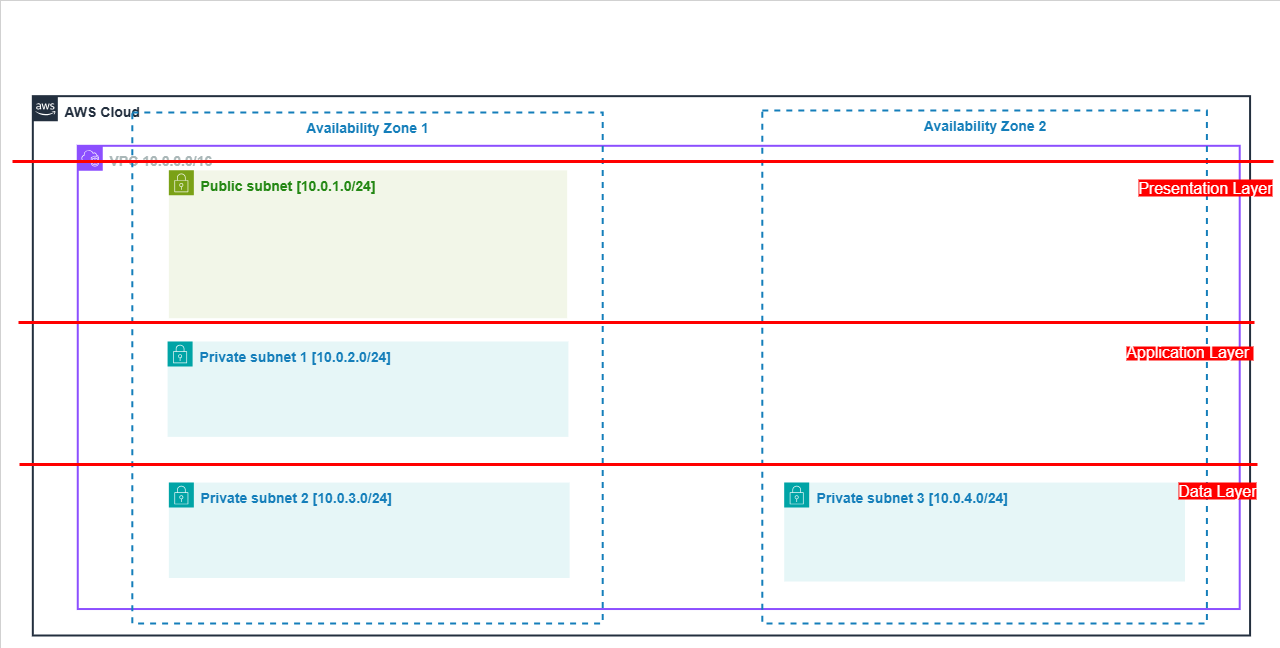
This is public/draw.io.vpc-subnet-base.png from dickson-ank/tier3topology_aws, a draw.io export, as it was before one commit. Source tidied: cells renumbered, new cells last; positions are measured from the earlier drawing's top-left corner, leaving out a move shared by most shapes.
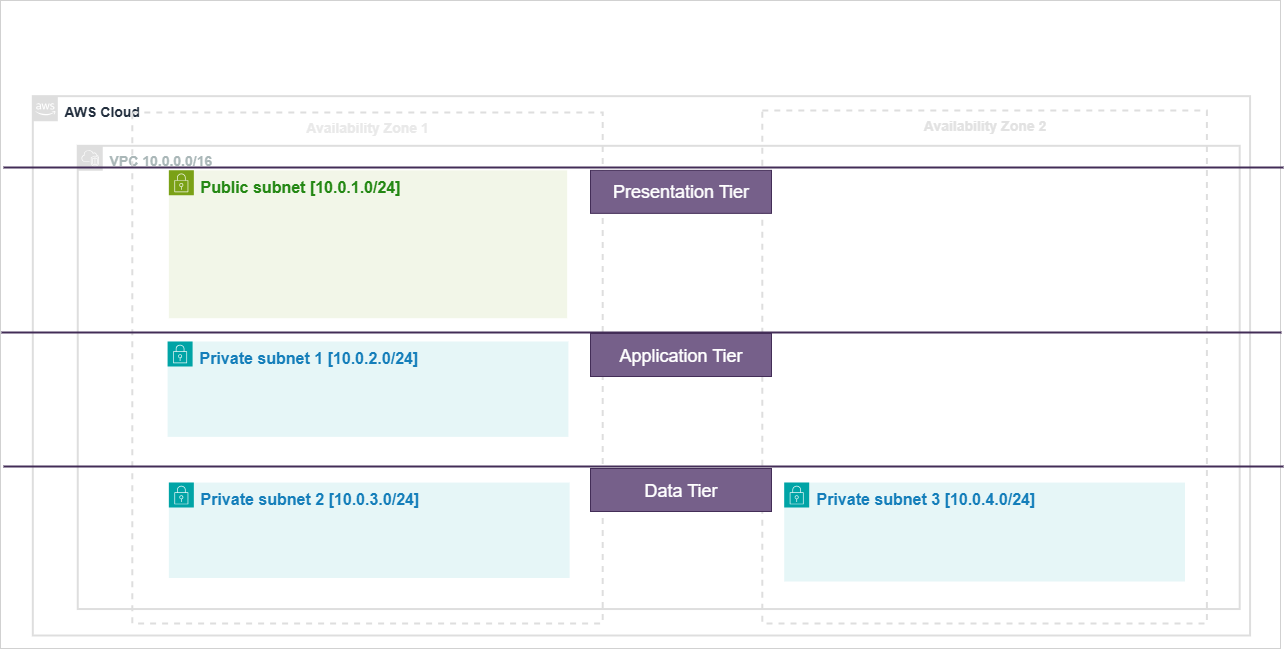
After the change.

Change to the diagram source:
```diff
@@ -5,38 +5,47 @@
     <mxCell id="2" style="rounded=0;whiteSpace=wrap;html=1;strokeWidth=0;" parent="1" vertex="1">
       <mxGeometry width="1280" height="648" as="geometry" />
     </mxCell>
-    <mxCell id="3" value="AWS Cloud" style="gradientColor=none;html=1;whiteSpace=wrap;fontSize=14;fontStyle=1;shape=mxgraph.aws4.group;grIcon=mxgraph.aws4.group_aws_cloud_alt;strokeColor=#232F3E;fillColor=none;verticalAlign=top;align=left;spacingLeft=30;fontColor=#232F3E;dashed=0;rounded=0;strokeWidth=2;" parent="1" vertex="1">
+    <mxCell id="3" value="AWS Cloud" style="gradientColor=none;html=1;whiteSpace=wrap;fontSize=14;fontStyle=1;shape=mxgraph.aws4.group;grIcon=mxgraph.aws4.group_aws_cloud_alt;strokeColor=#DEDEDE;fillColor=none;verticalAlign=top;align=left;spacingLeft=30;fontColor=#232F3E;dashed=0;rounded=0;strokeWidth=2;" parent="1" vertex="1">
       <mxGeometry x="32.3" y="95.7" width="1217.2" height="539.3" as="geometry" />
     </mxCell>
-    <mxCell id="4" value="VPC 10.0.0.0/16" style="gradientColor=none;html=1;whiteSpace=wrap;fontSize=14;fontStyle=1;shape=mxgraph.aws4.group;grIcon=mxgraph.aws4.group_vpc2;strokeColor=#8C4FFF;fillColor=none;verticalAlign=top;align=left;spacingLeft=30;fontColor=light-dark(#AAB7B8, #b17dff);dashed=0;rounded=0;strokeWidth=2;" parent="1" vertex="1">
+    <mxCell id="4" value="VPC 10.0.0.0/16" style="gradientColor=none;html=1;whiteSpace=wrap;fontSize=14;fontStyle=1;shape=mxgraph.aws4.group;grIcon=mxgraph.aws4.group_vpc2;strokeColor=#DEDEDE;fillColor=none;verticalAlign=top;align=left;spacingLeft=30;fontColor=light-dark(#AAB7B8, #b17dff);dashed=0;rounded=0;strokeWidth=2;" parent="1" vertex="1">
       <mxGeometry x="77.3" y="145.3" width="1162" height="463.2" as="geometry" />
     </mxCell>
-    <mxCell id="5" value="Availability Zone 1" style="fillColor=none;strokeColor=#147EBA;dashed=1;verticalAlign=top;fontStyle=1;fontColor=#147EBA;whiteSpace=wrap;html=1;rounded=0;fontSize=14;strokeWidth=2;" parent="1" vertex="1">
+    <mxCell id="5" value="&lt;font style=&quot;color: rgb(233, 233, 233);&quot;&gt;Availability Zone 1&lt;/font&gt;" style="fillColor=none;strokeColor=#DEDEDE;dashed=1;verticalAlign=top;fontStyle=1;fontColor=#147EBA;whiteSpace=wrap;html=1;rounded=0;fontSize=14;strokeWidth=2;" parent="1" vertex="1">
       <mxGeometry x="131.8" y="112" width="470.4" height="511" as="geometry" />
     </mxCell>
-    <mxCell id="6" value="Public subnet [10.0.1.0/24]" style="gradientColor=none;html=1;whiteSpace=wrap;fontSize=14;fontStyle=1;shape=mxgraph.aws4.group;grIcon=mxgraph.aws4.group_security_group;grStroke=0;strokeColor=#7AA116;fillColor=#F2F6E8;verticalAlign=top;align=left;spacingLeft=30;fontColor=#248814;dashed=0;rounded=0;strokeWidth=3;" parent="1" vertex="1">
+    <mxCell id="6" value="&lt;font style=&quot;font-size: 16px;&quot;&gt;Public subnet [10.0.1.0/24]&lt;/font&gt;" style="gradientColor=none;html=1;whiteSpace=wrap;fontSize=14;fontStyle=1;shape=mxgraph.aws4.group;grIcon=mxgraph.aws4.group_security_group;grStroke=0;strokeColor=#7AA116;fillColor=#F2F6E8;verticalAlign=top;align=left;spacingLeft=30;fontColor=#248814;dashed=0;rounded=0;strokeWidth=3;" parent="1" vertex="1">
       <mxGeometry x="168.4" y="169.8" width="398.3" height="147.9" as="geometry" />
     </mxCell>
-    <mxCell id="7" value="Private subnet 1 [10.0.2.0/24]" style="gradientColor=none;html=1;whiteSpace=wrap;fontSize=14;fontStyle=1;shape=mxgraph.aws4.group;grIcon=mxgraph.aws4.group_security_group;grStroke=0;strokeColor=#00A4A6;fillColor=#E6F6F7;verticalAlign=top;align=left;spacingLeft=30;fontColor=#147EBA;dashed=0;rounded=0;strokeWidth=3;" parent="1" vertex="1">
+    <mxCell id="7" value="&lt;font style=&quot;font-size: 16px;&quot;&gt;Private subnet 1 [10.0.2.0/24]&lt;/font&gt;" style="gradientColor=none;html=1;whiteSpace=wrap;fontSize=14;fontStyle=1;shape=mxgraph.aws4.group;grIcon=mxgraph.aws4.group_security_group;grStroke=0;strokeColor=#00A4A6;fillColor=#E6F6F7;verticalAlign=top;align=left;spacingLeft=30;fontColor=#147EBA;dashed=0;rounded=0;strokeWidth=3;" parent="1" vertex="1">
       <mxGeometry x="167.1" y="341" width="400.8" height="95.4" as="geometry" />
     </mxCell>
-    <mxCell id="8" value="Private subnet 2 [10.0.3.0/24]" style="gradientColor=none;html=1;whiteSpace=wrap;fontSize=14;fontStyle=1;shape=mxgraph.aws4.group;grIcon=mxgraph.aws4.group_security_group;grStroke=0;strokeColor=#00A4A6;fillColor=#E6F6F7;verticalAlign=top;align=left;spacingLeft=30;fontColor=#147EBA;dashed=0;rounded=0;" parent="1" vertex="1">
+    <mxCell id="8" value="&lt;font style=&quot;font-size: 16px;&quot;&gt;Private subnet 2 [10.0.3.0/24]&lt;/font&gt;" style="gradientColor=none;html=1;whiteSpace=wrap;fontSize=14;fontStyle=1;shape=mxgraph.aws4.group;grIcon=mxgraph.aws4.group_security_group;grStroke=0;strokeColor=#00A4A6;fillColor=#E6F6F7;verticalAlign=top;align=left;spacingLeft=30;fontColor=#147EBA;dashed=0;rounded=0;" parent="1" vertex="1">
       <mxGeometry x="168.4" y="482.1" width="400.8" height="95.4" as="geometry" />
     </mxCell>
-    <mxCell id="9" value="Availability Zone 2" style="fillColor=none;strokeColor=#147EBA;dashed=1;verticalAlign=top;fontStyle=1;fontColor=#147EBA;whiteSpace=wrap;html=1;rounded=0;fontSize=14;strokeWidth=2;perimeterSpacing=0;glass=0;shadow=0;" parent="1" vertex="1">
+    <mxCell id="9" value="&lt;font style=&quot;color: rgb(226, 226, 226);&quot;&gt;Availability Zone 2&lt;/font&gt;" style="fillColor=none;strokeColor=#DEDEDE;dashed=1;verticalAlign=top;fontStyle=1;fontColor=#147EBA;whiteSpace=wrap;html=1;rounded=0;fontSize=14;strokeWidth=2;perimeterSpacing=0;glass=0;shadow=0;" parent="1" vertex="1">
       <mxGeometry x="761.8" y="110" width="444.6" height="513" as="geometry" />
     </mxCell>
-    <mxCell id="10" value="Private subnet 3 [10.0.4.0/24]" style="gradientColor=none;html=1;whiteSpace=wrap;fontSize=14;fontStyle=1;shape=mxgraph.aws4.group;grIcon=mxgraph.aws4.group_security_group;grStroke=0;strokeColor=#00A4A6;fillColor=#E6F6F7;verticalAlign=top;align=left;spacingLeft=30;fontColor=#147EBA;dashed=0;rounded=0;" parent="1" vertex="1">
+    <mxCell id="10" value="&lt;font style=&quot;font-size: 16px;&quot;&gt;Private subnet 3 [10.0.4.0/24]&lt;/font&gt;" style="gradientColor=none;html=1;whiteSpace=wrap;fontSize=14;fontStyle=1;shape=mxgraph.aws4.group;grIcon=mxgraph.aws4.group_security_group;grStroke=0;strokeColor=#00A4A6;fillColor=#E6F6F7;verticalAlign=top;align=left;spacingLeft=30;fontColor=#147EBA;dashed=0;rounded=0;" parent="1" vertex="1">
       <mxGeometry x="783.7" y="482.1" width="400.8" height="98.9" as="geometry" />
     </mxCell>
-    <mxCell id="11" value="&lt;font style=&quot;background-color: rgb(255, 0, 0); color: rgb(255, 255, 255); font-size: 16px;&quot;&gt;Data Layer&lt;/font&gt;" style="verticalLabelPosition=bottom;shadow=0;dashed=0;align=right;html=1;verticalAlign=top;strokeWidth=3;shape=mxgraph.mockup.markup.line;strokeColor=#FF0000;" parent="1" vertex="1">
-      <mxGeometry x="19" y="454" width="1238" height="20" as="geometry" />
-    </mxCell>
-    <mxCell id="12" value="&lt;div style=&quot;&quot;&gt;&lt;span style=&quot;background-color: rgb(255, 0, 0);&quot;&gt;&lt;font style=&quot;color: rgb(255, 255, 255); font-size: 16px;&quot;&gt;Application Layer&amp;nbsp;&lt;/font&gt;&lt;/span&gt;&lt;/div&gt;" style="verticalLabelPosition=bottom;shadow=0;dashed=0;align=right;html=1;verticalAlign=top;strokeWidth=3;shape=mxgraph.mockup.markup.line;strokeColor=#FF0000;" parent="1" vertex="1">
-      <mxGeometry x="18" y="309" width="1236" height="26" as="geometry" />
-    </mxCell>
-    <mxCell id="13" value="&lt;blockquote style=&quot;margin: 0 0 0 40px; border: none; padding: 0px;&quot;&gt;&lt;blockquote style=&quot;margin: 0 0 0 40px; border: none; padding: 0px;&quot;&gt;&lt;font style=&quot;background-color: rgb(255, 0, 0); color: rgb(255, 255, 255); font-size: 16px;&quot;&gt;Presentation Layer&lt;/font&gt;&lt;/blockquote&gt;&lt;/blockquote&gt;" style="verticalLabelPosition=bottom;shadow=0;dashed=0;align=right;html=1;verticalAlign=top;strokeWidth=3;shape=mxgraph.mockup.markup.line;strokeColor=#FF0000;fontColor=#FF0000;" parent="1" vertex="1">
-      <mxGeometry x="12" y="151" width="1261" height="20" as="geometry" />
-    </mxCell>
+    <mxCell id="14" style="line;strokeWidth=2;html=1;fillColor=#76608a;fontColor=#ffffff;strokeColor=#432D57;" parent="1" vertex="1">
+      <mxGeometry x="3" y="461" width="1280" height="10" as="geometry" />
+    </mxCell>
+    <mxCell id="15" style="line;strokeWidth=2;html=1;fillColor=#76608a;fontColor=#ffffff;strokeColor=#432D57;" parent="1" vertex="1">
+      <mxGeometry x="1" y="327" width="1280" height="10" as="geometry" />
+    </mxCell>
+    <mxCell id="16" style="line;strokeWidth=2;html=1;fillColor=#76608a;fontColor=#ffffff;strokeColor=#432D57;" parent="1" vertex="1">
+      <mxGeometry x="3" y="162" width="1280" height="10" as="geometry" />
+    </mxCell>
+    <mxCell id="17" value="&lt;span style=&quot;&quot;&gt;&lt;font style=&quot;font-size: 18px;&quot;&gt;Presentation Tier&lt;/font&gt;&lt;/span&gt;" style="text;strokeColor=#432D57;align=center;fillColor=#76608a;html=1;verticalAlign=middle;whiteSpace=wrap;rounded=0;fontColor=#ffffff;labelBackgroundColor=none;" parent="1" vertex="1">
+      <mxGeometry x="590" y="169.9" width="181" height="43" as="geometry" />
+    </mxCell>
+    <mxCell id="18" value="&lt;span style=&quot;&quot;&gt;&lt;font style=&quot;font-size: 18px;&quot;&gt;Application Tier&lt;/font&gt;&lt;/span&gt;" style="text;strokeColor=#432D57;align=center;fillColor=#76608a;html=1;verticalAlign=middle;whiteSpace=wrap;rounded=0;fontColor=#ffffff;labelBackgroundColor=none;" parent="1" vertex="1">
+      <mxGeometry x="590" y="333" width="181" height="43" as="geometry" />
+    </mxCell>
+    <mxCell id="19" value="&lt;span style=&quot;&quot;&gt;&lt;font style=&quot;font-size: 18px;&quot;&gt;Data Tier&lt;/font&gt;&lt;/span&gt;" style="text;strokeColor=#432D57;align=center;fillColor=#76608a;html=1;verticalAlign=middle;whiteSpace=wrap;rounded=0;fontColor=#ffffff;labelBackgroundColor=none;" parent="1" vertex="1">
+      <mxGeometry x="590" y="468" width="181" height="43" as="geometry" />
+    </mxCell>
   </root>
 </mxGraphModel>
```
